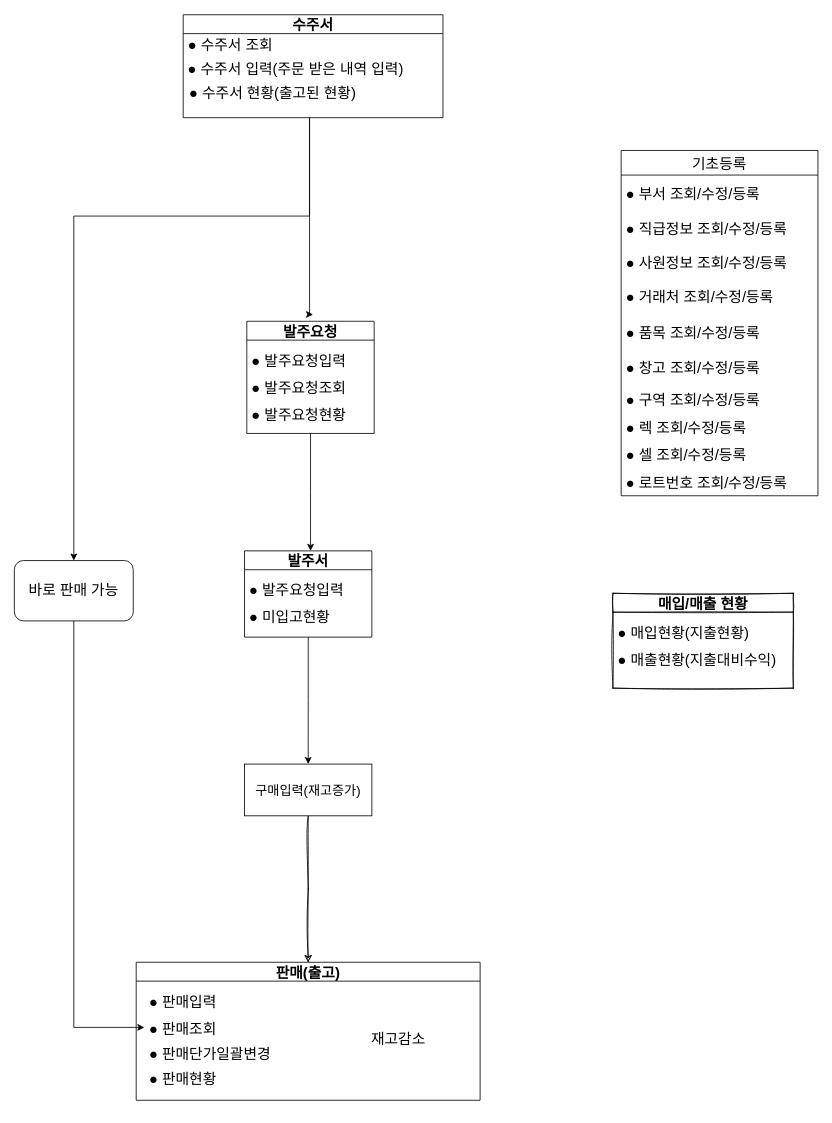
Above: sequence diagram data2.drawio in ChanhoPark-s/WMS_corporate_project (draw.io), before the change. Source tidied: cells renumbered, new cells numbered last; positions are measured from the earlier drawing's top-left corner, leaving out a move shared by most shapes. Both pictures are drawn from the tidied source at 82%, with x=0, y=0 at pixel (14, 14).
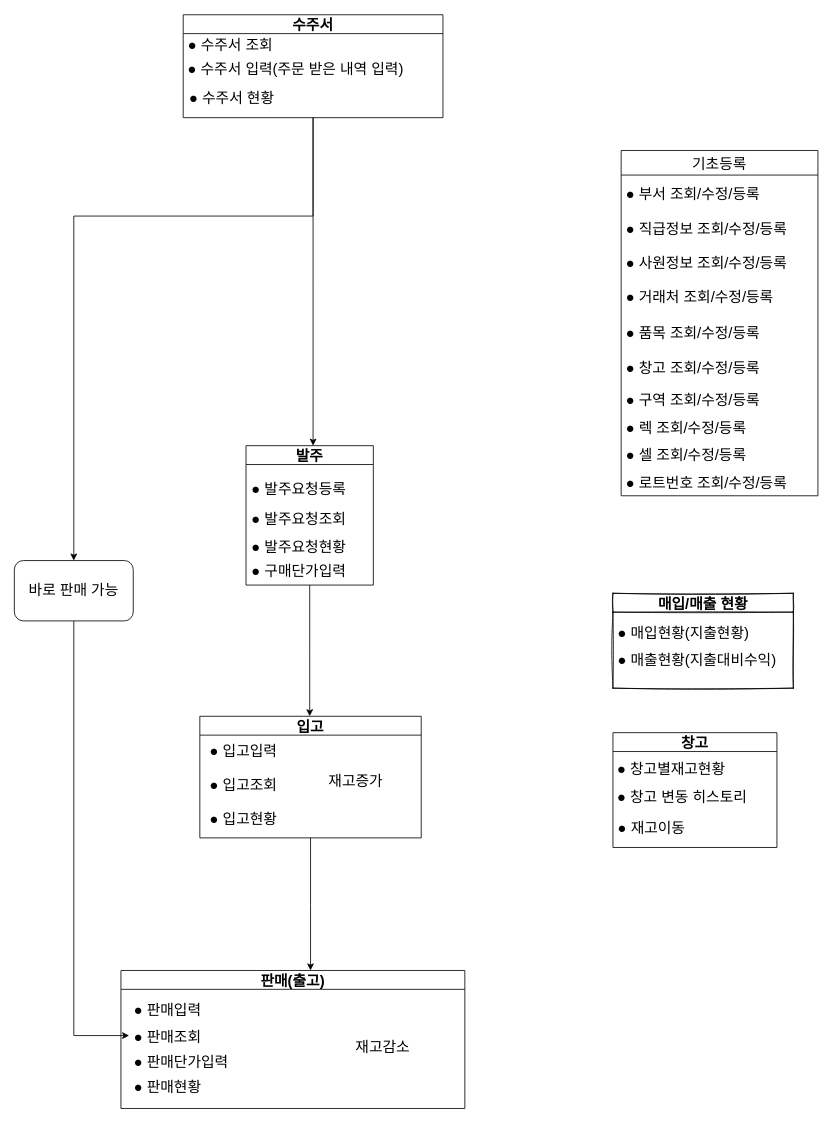
After the change.

The change refers to these unchanged cells:
```xml
<mxCell id="3" value="바로 판매 가능" style="rounded=1;whiteSpace=wrap;html=1;fontSize=18;" parent="1" vertex="1">
  <mxGeometry y="666.1" width="145" height="73.6" as="geometry" />
</mxCell>
<mxCell id="9" value="판매(출고)" style="swimlane;fontSize=18;startSize=23;" parent="8" vertex="1">
  <mxGeometry width="419.4" height="168.3" as="geometry" />
</mxCell>
<mxCell id="29" value="수주서" style="swimlane;fontSize=18;" parent="28" vertex="1">
  <mxGeometry width="316.8" height="125.5" as="geometry" />
</mxCell>
```

The edit, as a diff of the source:
```diff
@@
     <mxCell id="4" style="edgeStyle=orthogonalEdgeStyle;rounded=0;jettySize=auto;html=1;fontSize=18;entryX=0.5;entryY=0;entryDx=0;entryDy=0;" parent="1" edge="1" source="29" target="3">
       <mxGeometry relative="1" as="geometry">
         <Array as="points">
-          <mxPoint x="360" y="246" />
-          <mxPoint x="73" y="246" />
+          <mxPoint x="364" y="246" />
+          <mxPoint x="72" y="246" />
         </Array>
       </mxGeometry>
     </mxCell>
-    <mxCell id="5" style="edgeStyle=orthogonalEdgeStyle;rounded=0;sketch=1;jettySize=auto;html=1;" parent="1" edge="1" source="6" target="9">
-      <mxGeometry relative="1" as="geometry" />
-    </mxCell>
-    <mxCell id="6" value="&lt;span style=&quot;font-weight: normal;&quot;&gt;&lt;font style=&quot;font-size: 16px;&quot;&gt;구매입력(재고증가)&lt;/font&gt;&lt;/span&gt;" style="whiteSpace=wrap;html=1;fontSize=18;fontStyle=1;startSize=23;" parent="1" vertex="1">
-      <mxGeometry x="280.7" y="914.3" width="155.3" height="63.1" as="geometry" />
-    </mxCell>
-    <mxCell id="7" style="edgeStyle=orthogonalEdgeStyle;rounded=0;jettySize=auto;html=1;entryX=0.5;entryY=0;entryDx=0;entryDy=0;fontSize=14;fontColor=#0066CC;" parent="1" edge="1" source="16" target="6">
-      <mxGeometry relative="1" as="geometry" />
-    </mxCell>
     <mxCell id="8" style="group;" parent="1" vertex="1">
-      <mxGeometry x="148.6" y="1156" width="419.4" height="168.3" as="geometry" />
+      <mxGeometry x="130" y="1166" width="419.4" height="168.3" as="geometry" />
     </mxCell>
@@
-    <mxCell id="13" value="● 판매단가일괄변경" style="text;strokeColor=none;fillColor=none;align=left;verticalAlign=middle;spacingLeft=4;spacingRight=4;overflow=hidden;fontSize=18;" parent="8" vertex="1">
+    <mxCell id="13" value="● 판매단가입력" style="text;strokeColor=none;fillColor=none;align=left;verticalAlign=middle;spacingLeft=4;spacingRight=4;overflow=hidden;fontSize=18;" parent="8" vertex="1">
       <mxGeometry x="10" y="94.7" width="176" height="30.6" as="geometry" />
     </mxCell>
@@
-    <mxCell id="15" style="group;" parent="1" vertex="1">
-      <mxGeometry x="280.7" y="654.3" width="155.3" height="105.2" as="geometry" />
-    </mxCell>
-    <mxCell id="16" value="발주서" style="swimlane;fontSize=18;" parent="15" vertex="1">
-      <mxGeometry width="155.3" height="105.2" as="geometry" />
-    </mxCell>
-    <mxCell id="17" value="● 발주요청입력" style="text;strokeColor=none;fillColor=none;align=left;verticalAlign=middle;spacingLeft=4;spacingRight=4;overflow=hidden;fontSize=18;" parent="15" vertex="1">
-      <mxGeometry y="30" width="145" height="33.1" as="geometry" />
-    </mxCell>
-    <mxCell id="18" value="● 미입고현황" style="text;strokeColor=none;fillColor=none;align=left;verticalAlign=middle;spacingLeft=4;spacingRight=4;overflow=hidden;fontSize=18;" parent="15" vertex="1">
-      <mxGeometry y="63.1" width="145" height="33.1" as="geometry" />
-    </mxCell>
     <mxCell id="19" style="group;" parent="1" vertex="1">
-      <mxGeometry x="283.5" y="374.3" width="155.3" height="136.8" as="geometry" />
+      <mxGeometry x="283.5" y="526" width="155.3" height="170" as="geometry" />
     </mxCell>
-    <mxCell id="20" value="발주요청" style="swimlane;fontSize=18;" parent="19" vertex="1">
-      <mxGeometry width="155.3" height="136.8" as="geometry" />
+    <mxCell id="20" value="발주" style="swimlane;fontSize=18;" parent="19" vertex="1">
+      <mxGeometry x="-1" width="155.3" height="170" as="geometry" />
     </mxCell>
+    <mxCell id="46" value="● 구매단가입력" style="text;strokeColor=none;fillColor=none;align=left;verticalAlign=middle;spacingLeft=4;spacingRight=4;overflow=hidden;fontSize=18;" parent="20" vertex="1">
+      <mxGeometry x="1" y="132.7" width="145" height="36.8" as="geometry" />
+    </mxCell>
-    <mxCell id="21" value="● 발주요청입력" style="text;strokeColor=none;fillColor=none;align=left;verticalAlign=middle;spacingLeft=4;spacingRight=4;overflow=hidden;fontSize=18;" parent="19" vertex="1">
-      <mxGeometry y="30" width="145" height="33.1" as="geometry" />
+    <mxCell id="21" value="● 발주요청등록" style="text;strokeColor=none;fillColor=none;align=left;verticalAlign=middle;spacingLeft=4;spacingRight=4;overflow=hidden;fontSize=18;" parent="19" vertex="1">
+      <mxGeometry y="33.3" width="145" height="36.8" as="geometry" />
     </mxCell>
     <mxCell id="22" value="● 발주요청조회" style="text;strokeColor=none;fillColor=none;align=left;verticalAlign=middle;spacingLeft=4;spacingRight=4;overflow=hidden;fontSize=18;" parent="19" vertex="1">
-      <mxGeometry y="63.1" width="145" height="33.1" as="geometry" />
+      <mxGeometry y="70.1" width="145" height="36.8" as="geometry" />
     </mxCell>
     <mxCell id="23" value="● 발주요청현황" style="text;strokeColor=none;fillColor=none;align=left;verticalAlign=middle;spacingLeft=4;spacingRight=4;overflow=hidden;fontSize=18;" parent="19" vertex="1">
-      <mxGeometry y="96.2" width="145" height="33.1" as="geometry" />
+      <mxGeometry y="103.9" width="145" height="36.8" as="geometry" />
     </mxCell>
@@
-    <mxCell id="30" value="● 수주서 현황(출고된 현황)" style="text;strokeColor=none;fillColor=none;align=left;verticalAlign=middle;spacingLeft=4;spacingRight=4;overflow=hidden;fontSize=18;" parent="29" vertex="1">
-      <mxGeometry x="1.6" y="80" width="288.4" height="28.2" as="geometry" />
+    <mxCell id="30" value="● 수주서 현황" style="text;strokeColor=none;fillColor=none;align=left;verticalAlign=middle;spacingLeft=4;spacingRight=4;overflow=hidden;fontSize=18;" parent="29" vertex="1">
+      <mxGeometry x="1.6" y="85.5" width="288.4" height="28.2" as="geometry" />
     </mxCell>
@@
-    <mxCell id="44" style="edgeStyle=orthogonalEdgeStyle;rounded=0;jettySize=auto;html=1;" parent="1" edge="1" source="20">
-      <mxGeometry relative="1" as="geometry">
-        <mxPoint x="361.2" y="654.3" as="targetPoint" />
-      </mxGeometry>
-    </mxCell>
-    <mxCell id="45" style="edgeStyle=orthogonalEdgeStyle;rounded=0;jettySize=auto;html=1;" parent="1" edge="1" source="29">
-      <mxGeometry relative="1" as="geometry">
-        <mxPoint x="364.3" y="366" as="targetPoint" />
-        <Array as="points">
-          <mxPoint x="360" y="366" />
-        </Array>
-      </mxGeometry>
-    </mxCell>
+    <mxCell id="47" style="edgeStyle=orthogonalEdgeStyle;rounded=0;jettySize=auto;html=1;" parent="1" edge="1" source="29">
+      <mxGeometry relative="1" as="geometry">
+        <mxPoint x="364.3" y="526" as="targetPoint" />
+      </mxGeometry>
+    </mxCell>
+    <mxCell id="48" style="group;" parent="1" vertex="1">
+      <mxGeometry x="226.2" y="856" width="270" height="148.3" as="geometry" />
+    </mxCell>
+    <mxCell id="49" value="입고" style="swimlane;fontSize=18;startSize=23;" parent="48" vertex="1">
+      <mxGeometry width="270" height="148.3" as="geometry" />
+    </mxCell>
+    <mxCell id="50" value="재고증가" style="text;html=1;align=center;verticalAlign=middle;strokeColor=none;fillColor=none;fontSize=18;" parent="49" vertex="1">
+      <mxGeometry x="140" y="60" width="100" height="40" as="geometry" />
+    </mxCell>
+    <mxCell id="51" value="● 입고입력" style="text;strokeColor=none;fillColor=none;align=left;verticalAlign=middle;spacingLeft=4;spacingRight=4;overflow=hidden;fontSize=18;" parent="48" vertex="1">
+      <mxGeometry x="6.4" y="26.5" width="103.6" height="29.2" as="geometry" />
+    </mxCell>
+    <mxCell id="52" value="● 입고조회" style="text;strokeColor=none;fillColor=none;align=left;verticalAlign=middle;spacingLeft=4;spacingRight=4;overflow=hidden;fontSize=18;" parent="48" vertex="1">
+      <mxGeometry x="6.4" y="69.4" width="123.6" height="27" as="geometry" />
+    </mxCell>
+    <mxCell id="53" value="● 입고현황" style="text;strokeColor=none;fillColor=none;align=left;verticalAlign=middle;spacingLeft=4;spacingRight=4;overflow=hidden;fontSize=18;" parent="48" vertex="1">
+      <mxGeometry x="6.4" y="110.4" width="106.7" height="27" as="geometry" />
+    </mxCell>
+    <mxCell id="54" value="창고" style="swimlane;fontSize=18;" parent="1" vertex="1">
+      <mxGeometry x="730" y="876" width="200" height="140" as="geometry" />
+    </mxCell>
+    <mxCell id="55" value="● 재고이동" style="text;strokeColor=none;fillColor=none;align=left;verticalAlign=middle;spacingLeft=4;spacingRight=4;overflow=hidden;fontSize=18;" parent="54" vertex="1">
+      <mxGeometry x="0.2" y="96.6" width="145" height="36.8" as="geometry" />
+    </mxCell>
+    <mxCell id="56" value="● 창고 변동 히스토리" style="text;strokeColor=none;fillColor=none;align=left;verticalAlign=middle;spacingLeft=4;spacingRight=4;overflow=hidden;fontSize=18;" parent="54" vertex="1">
+      <mxGeometry x="-0.6" y="58.8" width="190.6" height="36.8" as="geometry" />
+    </mxCell>
+    <mxCell id="57" value="● 창고별재고현황" style="text;strokeColor=none;fillColor=none;align=left;verticalAlign=middle;spacingLeft=4;spacingRight=4;overflow=hidden;fontSize=18;" parent="54" vertex="1">
+      <mxGeometry x="-0.6" y="25" width="160.6" height="36.8" as="geometry" />
+    </mxCell>
+    <mxCell id="58" style="edgeStyle=orthogonalEdgeStyle;rounded=0;jettySize=auto;html=1;" parent="1" edge="1" source="20">
+      <mxGeometry relative="1" as="geometry">
+        <mxPoint x="360.2" y="856" as="targetPoint" />
+      </mxGeometry>
+    </mxCell>
+    <mxCell id="59" style="edgeStyle=orthogonalEdgeStyle;rounded=0;jettySize=auto;html=1;" parent="1" edge="1" source="49">
+      <mxGeometry relative="1" as="geometry">
+        <mxPoint x="361.2" y="1166" as="targetPoint" />
+      </mxGeometry>
+    </mxCell>
```
